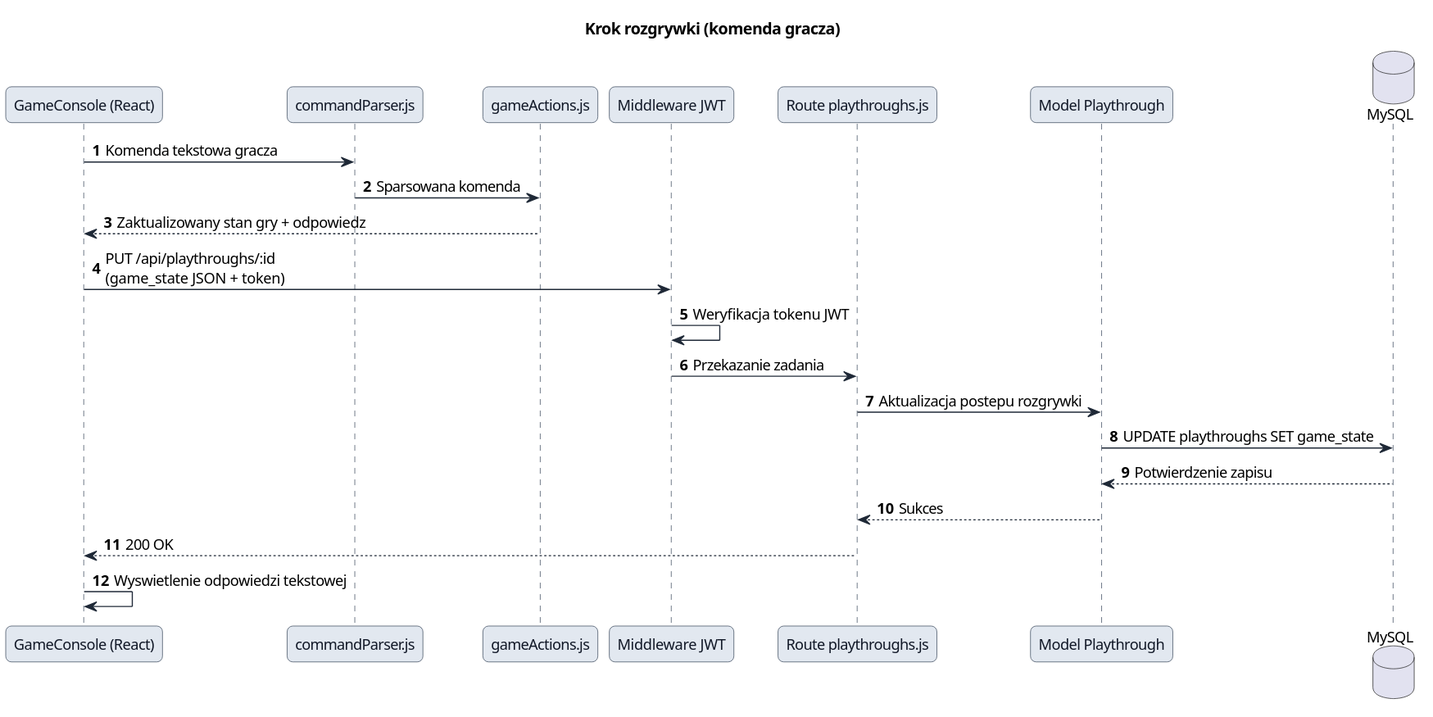
This is Praca Licencjacka/diagramy-plantuml/sequence-game-step.svg from NasiadkaMaciej/Digital-Dungeons, a PlantUML export, as it was before one commit. Its diagram source:
```plantuml
@startuml
!include style.iuml
title Krok rozgrywki (komenda gracza)

autonumber
participant "GameConsole (React)" as GC
participant "commandParser.js" as CP
participant "gameActions.js" as GA
participant "Middleware JWT" as MJ
participant "Route playthroughs.js" as PR
participant "Model Playthrough" as PM
database "MySQL" as DB

GC -> CP: Komenda tekstowa gracza
CP -> GA: Sparsowana komenda
GA --> GC: Zaktualizowany stan gry + odpowiedz
GC -> MJ: PUT /api/playthroughs/:id\n(game_state JSON + token)
MJ -> MJ: Weryfikacja tokenu JWT
MJ -> PR: Przekazanie zadania
PR -> PM: Aktualizacja postepu rozgrywki
PM -> DB: UPDATE playthroughs SET game_state
DB --> PM: Potwierdzenie zapisu
PM --> PR: Sukces
PR --> GC: 200 OK
GC -> GC: Wyswietlenie odpowiedzi tekstowej
@enduml
```
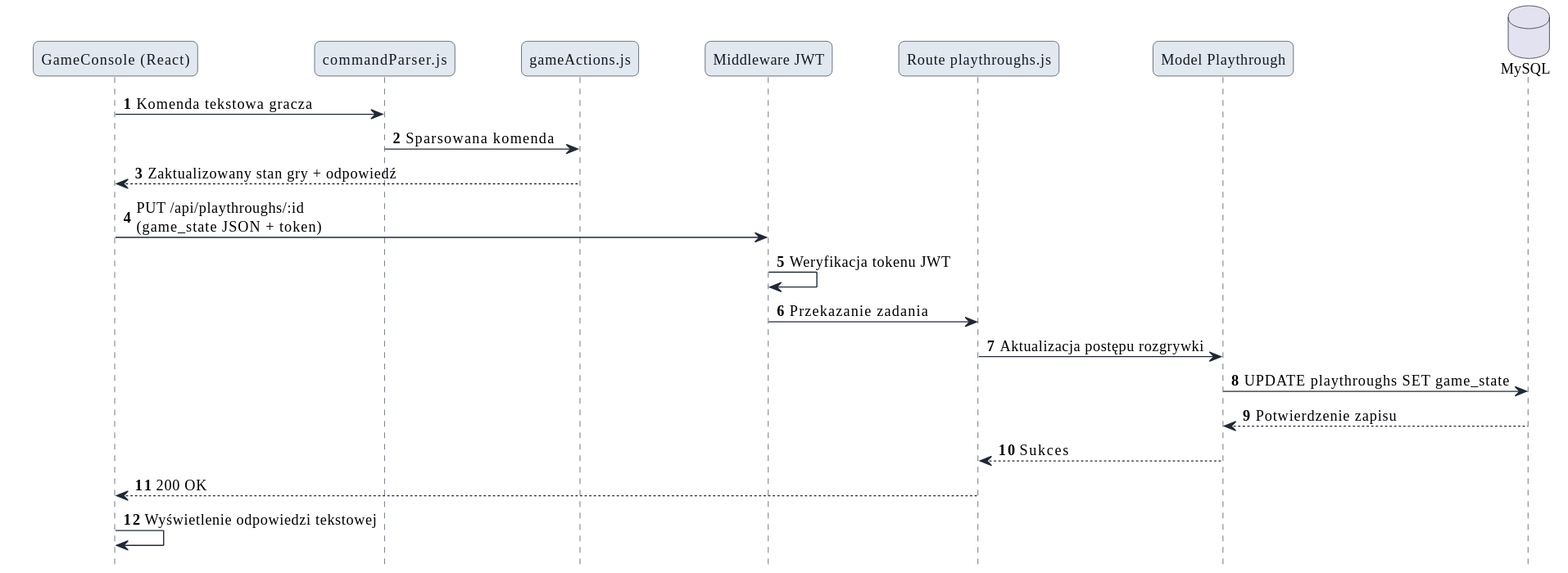
The same file after the commit.

Diff of the diagram source:
```diff
@@ -1,6 +1,8 @@
 @startuml
 !include style.iuml
-title Krok rozgrywki (komenda gracza)
+hide footbox
+skinparam ParticipantPadding 24
+skinparam BoxPadding 10
 
 autonumber
 participant "GameConsole (React)" as GC
@@ -13,14 +15,14 @@
 
 GC -> CP: Komenda tekstowa gracza
 CP -> GA: Sparsowana komenda
-GA --> GC: Zaktualizowany stan gry + odpowiedz
+GA --> GC: Zaktualizowany stan gry + odpowiedź
 GC -> MJ: PUT /api/playthroughs/:id\n(game_state JSON + token)
 MJ -> MJ: Weryfikacja tokenu JWT
 MJ -> PR: Przekazanie zadania
-PR -> PM: Aktualizacja postepu rozgrywki
+PR -> PM: Aktualizacja postępu rozgrywki
 PM -> DB: UPDATE playthroughs SET game_state
 DB --> PM: Potwierdzenie zapisu
 PM --> PR: Sukces
 PR --> GC: 200 OK
-GC -> GC: Wyswietlenie odpowiedzi tekstowej
+GC -> GC: Wyświetlenie odpowiedzi tekstowej
 @enduml
```
